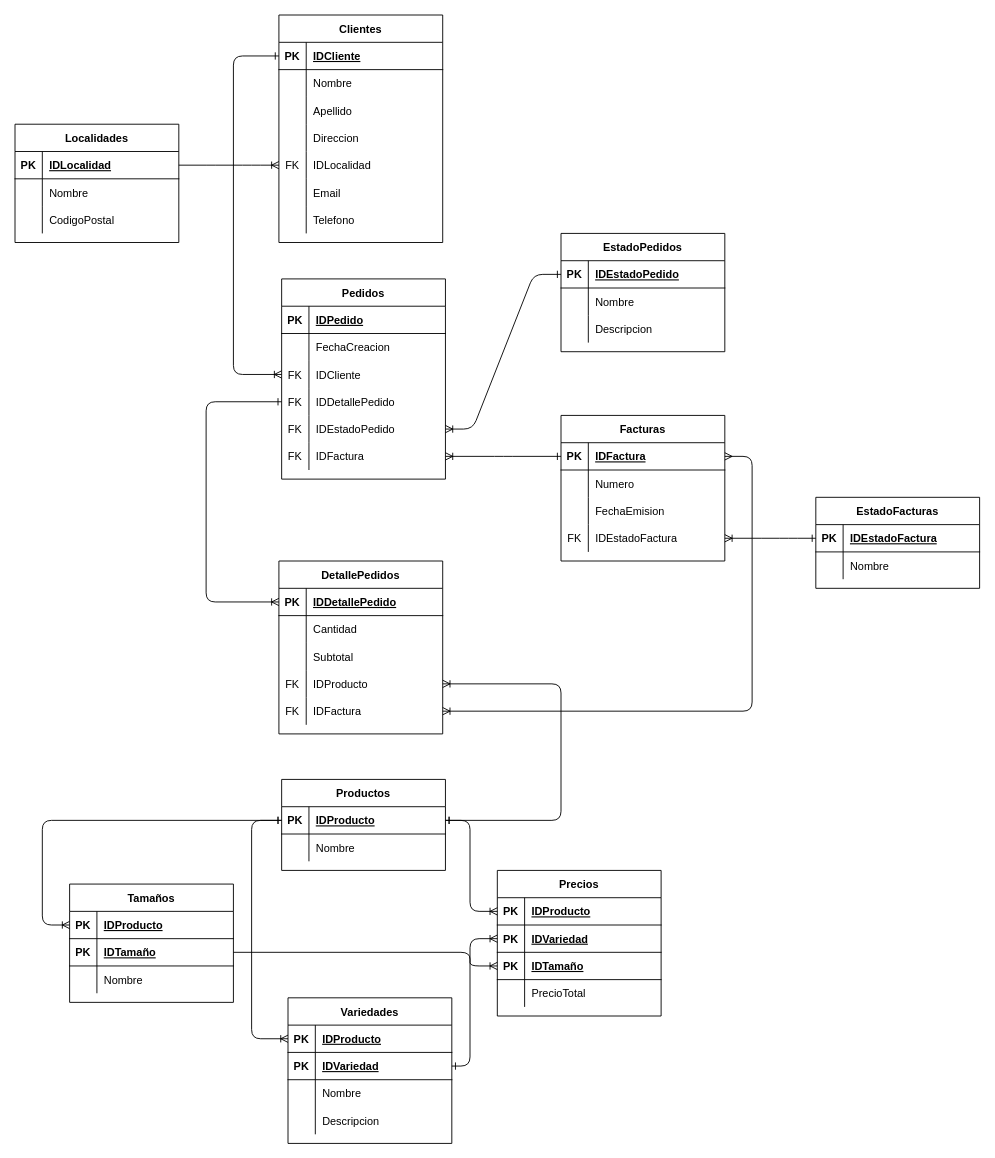
RailGun15/laboratorio3-20202c keeps this draw.io diagram as Delivery DER.drawio. Above is the earlier version. Source tidied: cells renumbered, new cells numbered last; positions are measured from the earlier drawing's top-left corner, leaving out a move shared by most shapes. Both pictures are drawn from the tidied source at 91%, with x=0, y=0 at pixel (15, 15).
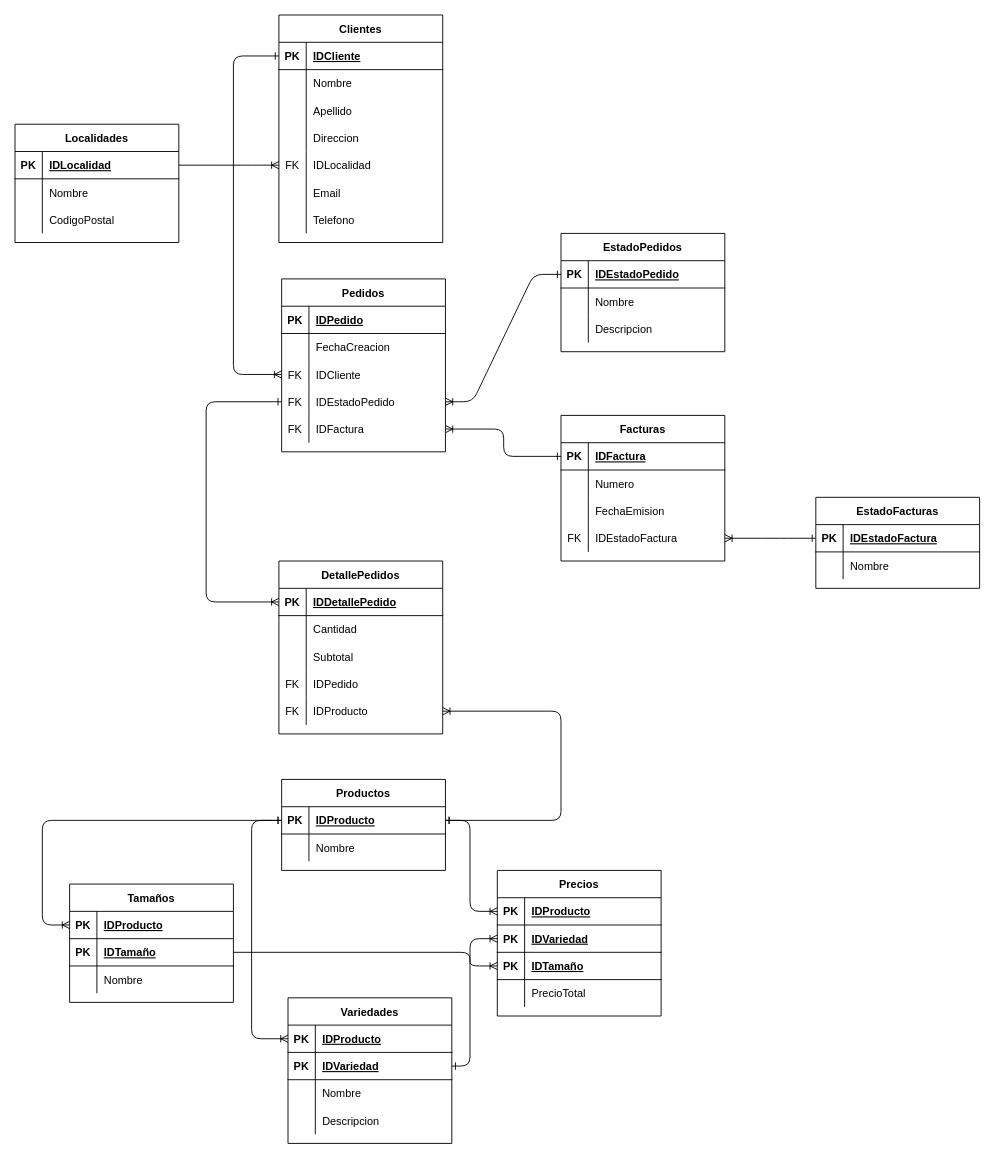
The same page after the edit.

Unchanged cells that the change refers to:
```xml
<mxCell id="2" value="DetallePedidos" style="shape=table;startSize=30;childLayout=tableLayout;rowLines=0;fontStyle=1;align=center;" parent="1" vertex="1">
  <mxGeometry x="290" y="600" width="180" height="190" as="geometry" />
</mxCell>
<mxCell id="3" style="shape=partialRectangle;fillColor=none;top=0;left=0;bottom=1;right=0;points=[[0,0.5],[1,0.5]];portConstraint=eastwest;" parent="2" vertex="1">
  <mxGeometry y="30" width="180" height="30" as="geometry" />
</mxCell>
<mxCell id="100" style="shape=partialRectangle;fillColor=none;top=0;left=0;bottom=1;right=0;points=[[0,0.5],[1,0.5]];portConstraint=eastwest;" parent="99" vertex="1">
  <mxGeometry y="30" width="180" height="30" as="geometry" />
</mxCell>
```

What changed in the source:
```diff
@@
+    <mxCell id="28" style="shape=partialRectangle;fillColor=none;top=0;left=0;bottom=0;right=0;points=[[0,0.5],[1,0.5]];portConstraint=eastwest;" parent="2" vertex="1">
+      <mxGeometry y="120" width="180" height="30" as="geometry" />
+    </mxCell>
+    <mxCell id="16" value="FK" style="shape=partialRectangle;fillColor=none;top=0;left=0;bottom=0;right=0;overflow=hidden;" parent="28" vertex="1">
+      <mxGeometry width="30" height="30" as="geometry" />
+    </mxCell>
+    <mxCell id="155" value="IDPedido" style="shape=partialRectangle;fillColor=none;top=0;left=0;bottom=0;right=0;align=left;spacingLeft=6;overflow=hidden;" parent="28" vertex="1">
+      <mxGeometry x="30" width="150" height="30" as="geometry" />
+    </mxCell>
     <mxCell id="12" style="shape=partialRectangle;fillColor=none;top=0;left=0;bottom=0;right=0;points=[[0,0.5],[1,0.5]];portConstraint=eastwest;" parent="2" vertex="1">
-      <mxGeometry y="120" width="180" height="30" as="geometry" />
+      <mxGeometry y="150" width="180" height="30" as="geometry" />
     </mxCell>
@@
-    <mxCell id="15" style="shape=partialRectangle;fillColor=none;top=0;left=0;bottom=0;right=0;points=[[0,0.5],[1,0.5]];portConstraint=eastwest;" parent="2" vertex="1">
-      <mxGeometry y="150" width="180" height="30" as="geometry" />
-    </mxCell>
-    <mxCell id="16" value="FK" style="shape=partialRectangle;fillColor=none;top=0;left=0;bottom=0;right=0;overflow=hidden;" parent="15" vertex="1">
-      <mxGeometry width="30" height="30" as="geometry" />
-    </mxCell>
-    <mxCell id="17" value="IDFactura" style="shape=partialRectangle;fillColor=none;top=0;left=0;bottom=0;right=0;align=left;spacingLeft=6;overflow=hidden;" parent="15" vertex="1">
-      <mxGeometry x="30" width="150" height="30" as="geometry" />
-    </mxCell>
     <mxCell id="18" value="Pedidos" style="shape=table;startSize=30;childLayout=tableLayout;rowLines=0;fontStyle=1;align=center;" parent="1" vertex="1">
-      <mxGeometry x="293" y="290" width="180" height="220" as="geometry" />
+      <mxGeometry x="293" y="290" width="180" height="190" as="geometry" />
     </mxCell>
@@
-    <mxCell id="28" style="shape=partialRectangle;fillColor=none;top=0;left=0;bottom=0;right=0;points=[[0,0.5],[1,0.5]];portConstraint=eastwest;" parent="18" vertex="1">
-      <mxGeometry y="120" width="180" height="30" as="geometry" />
-    </mxCell>
-    <mxCell id="29" value="FK" style="shape=partialRectangle;fillColor=none;top=0;left=0;bottom=0;right=0;fontStyle=0;overflow=hidden;" parent="28" vertex="1">
-      <mxGeometry width="30" height="30" as="geometry" />
-    </mxCell>
-    <mxCell id="30" value="IDDetallePedido" style="shape=partialRectangle;fillColor=none;top=0;left=0;bottom=0;right=0;align=left;spacingLeft=6;fontStyle=0;overflow=hidden;" parent="28" vertex="1">
-      <mxGeometry x="30" width="150" height="30" as="geometry" />
-    </mxCell>
     <mxCell id="31" style="shape=partialRectangle;fillColor=none;top=0;left=0;bottom=0;right=0;points=[[0,0.5],[1,0.5]];portConstraint=eastwest;" parent="18" vertex="1">
-      <mxGeometry y="150" width="180" height="30" as="geometry" />
+      <mxGeometry y="120" width="180" height="30" as="geometry" />
     </mxCell>
@@
     <mxCell id="34" style="shape=partialRectangle;fillColor=none;top=0;left=0;bottom=0;right=0;points=[[0,0.5],[1,0.5]];portConstraint=eastwest;" parent="18" vertex="1">
-      <mxGeometry y="180" width="180" height="30" as="geometry" />
+      <mxGeometry y="150" width="180" height="30" as="geometry" />
     </mxCell>
@@
-    <mxCell id="147" style="edgeStyle=elbowEdgeStyle;fontSize=12;html=1;endArrow=ERone;entryX=0;entryY=0.5;entryDx=0;entryDy=0;startArrow=ERoneToMany;startFill=0;endFill=0;exitX=0;exitY=0.5;exitDx=0;exitDy=0;" parent="1" edge="1" source="3" target="28">
+    <mxCell id="147" style="edgeStyle=elbowEdgeStyle;fontSize=12;html=1;endArrow=ERone;entryX=0;entryY=0.5;entryDx=0;entryDy=0;startArrow=ERoneToMany;startFill=0;endFill=0;exitX=0;exitY=0.5;exitDx=0;exitDy=0;" parent="1" edge="1" source="3">
       <mxGeometry relative="1" as="geometry">
+        <mxPoint x="293" y="425" as="targetPoint" />
         <Array as="points">
           <mxPoint x="210" y="560" />
         </Array>
       </mxGeometry>
     </mxCell>
-    <mxCell id="148" style="edgeStyle=elbowEdgeStyle;fontSize=12;html=1;endArrow=ERmany;exitX=1;exitY=0.5;exitDx=0;exitDy=0;entryX=1;entryY=0.5;entryDx=0;entryDy=0;startArrow=ERoneToMany;startFill=0;endFill=0;" parent="1" edge="1" source="15" target="100">
-      <mxGeometry relative="1" as="geometry">
-        <Array as="points">
-          <mxPoint x="810" y="630" />
-        </Array>
-      </mxGeometry>
-    </mxCell>
```
